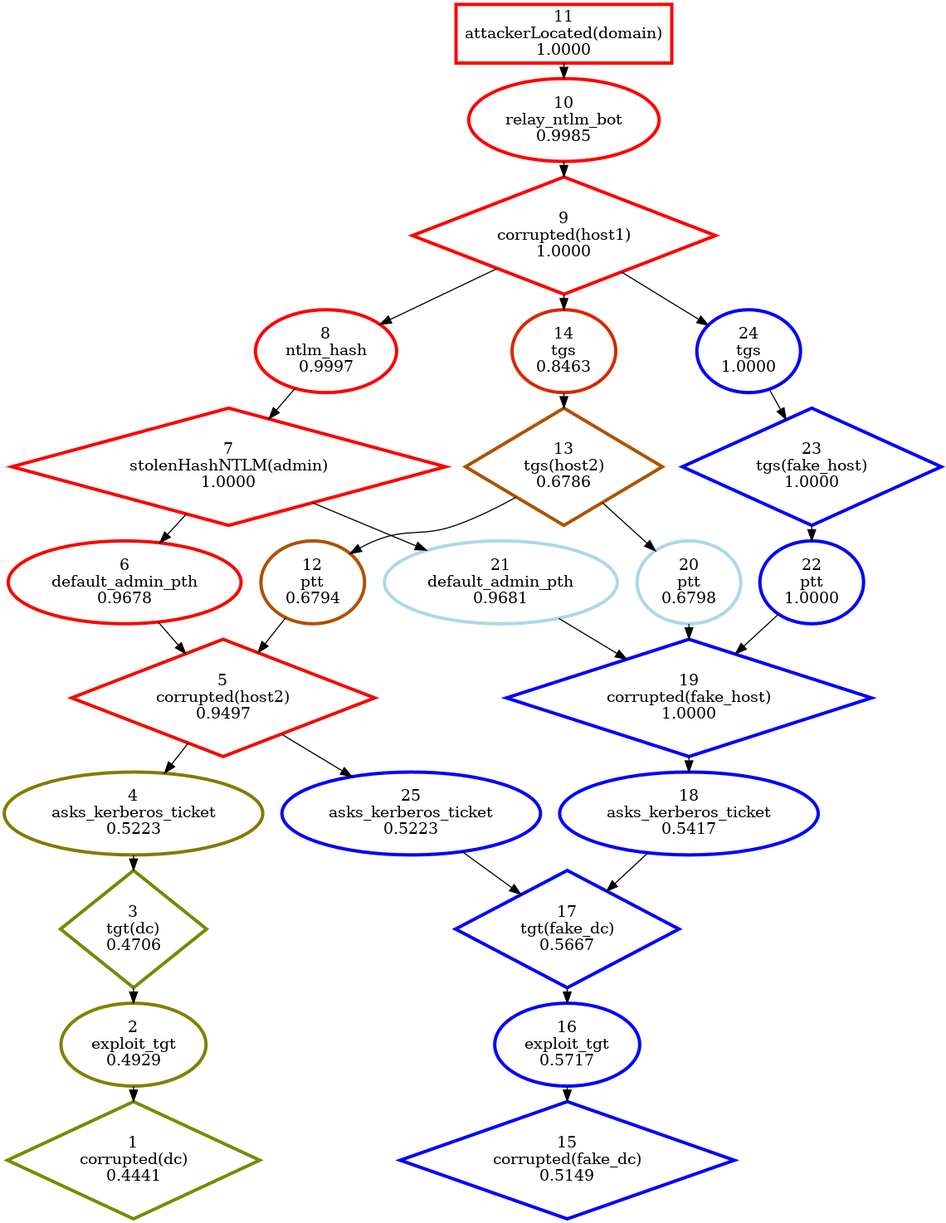
NathanaeldeLaChesnais/attacker_profiling_for_BAG_with_honeypots keeps this Graphviz diagram as Personnal_simulations/output_HighLevel/strongly_connected_components/classic_9_7_19_23_22_24.png. Above is the earlier version. Its source is kept beside it as Personnal_simulations/output_HighLevel/strongly_connected_components/classic_9_7_19_23_22_24.dot. Source of this version:
```dot
digraph G {
ranksep=0.2;
  "1" [label="1\ncorrupted(dc)\n0.4441", color="#718E00", penwidth=3, shape="diamond"];
  "2" [label="2\nexploit_tgt\n0.4929", color="#7D8200", penwidth=3, shape="ellipse"];
  "3" [label="3\ntgt(dc)\n0.4706", color="#778800", penwidth=3, shape="diamond"];
  "4" [label="4\nasks_kerberos_ticket\n0.5223", color="#857A00", penwidth=3, shape="ellipse"];
  "5" [label="5\ncorrupted(host2)\n0.9497", color="#F20D00", penwidth=3, shape="diamond"];
  "6" [label="6\ndefault_admin_pth\n0.9678", color="#F60900", penwidth=3, shape="ellipse"];
  "7" [label="7\nstolenHashNTLM(admin)\n1.0000", color="#FF0000", penwidth=3, shape="diamond"];
  "8" [label="8\nntlm_hash\n0.9997", color="#FE0100", penwidth=3, shape="ellipse"];
  "9" [label="9\ncorrupted(host1)\n1.0000", color="#FF0000", penwidth=3, shape="diamond"];
  "10" [label="10\nrelay_ntlm_bot\n0.9985", color="#FE0100", penwidth=3, shape="ellipse"];
  "11" [label="11\nattackerLocated(domain)\n1.0000", color="#FE0100", penwidth=3, shape="box"];
  "12" [label="12\nptt\n0.6794", color="#AD5200", penwidth=3, shape="ellipse"];
  "13" [label="13\ntgs(host2)\n0.6786", color="#AD5200", penwidth=3, shape="diamond"];
  "14" [label="14\ntgs\n0.8463", color="#D72800", penwidth=3, shape="ellipse"];
  "15" [label="15\ncorrupted(fake_dc)\n0.5149", color="blue", penwidth=3, shape="diamond"];
  "16" [label="16\nexploit_tgt\n0.5717", color="blue", penwidth=3, shape="ellipse"];
  "17" [label="17\ntgt(fake_dc)\n0.5667", color="blue", penwidth=3, shape="diamond"];
  "18" [label="18\nasks_kerberos_ticket\n0.5417", color="blue", penwidth=3, shape="ellipse"];
  "19" [label="19\ncorrupted(fake_host)\n1.0000", color="blue", penwidth=3, shape="diamond"];
  "20" [label="20\nptt\n0.6798", color="lightblue", penwidth=3, shape="ellipse"];
  "21" [label="21\ndefault_admin_pth\n0.9681", color="lightblue", penwidth=3, shape="ellipse"];
  "22" [label="22\nptt\n1.0000", color="blue", penwidth=3, shape="ellipse"];
  "23" [label="23\ntgs(fake_host)\n1.0000", color="blue", penwidth=3, shape="diamond"];
  "24" [label="24\ntgs\n1.0000", color="blue", penwidth=3, shape="ellipse"];
  "25" [label="25\nasks_kerberos_ticket\n0.5223", color="blue", penwidth=3, shape="ellipse"];
  "11" -> "10";
  "10" -> "9";
  "9" -> "8";
  "9" -> "14";
  "9" -> "24";
  "8" -> "7";
  "7" -> "6";
  "7" -> "21";
  "6" -> "5";
  "5" -> "4";
  "5" -> "25";
  "14" -> "13";
  "13" -> "12";
  "13" -> "20";
  "12" -> "5";
  "4" -> "3";
  "3" -> "2";
  "2" -> "1";
  "20" -> "19";
  "19" -> "18";
  "21" -> "19";
  "24" -> "23";
  "23" -> "22";
  "22" -> "19";
  "18" -> "17";
  "17" -> "16";
  "25" -> "17";
  "16" -> "15";
}
```
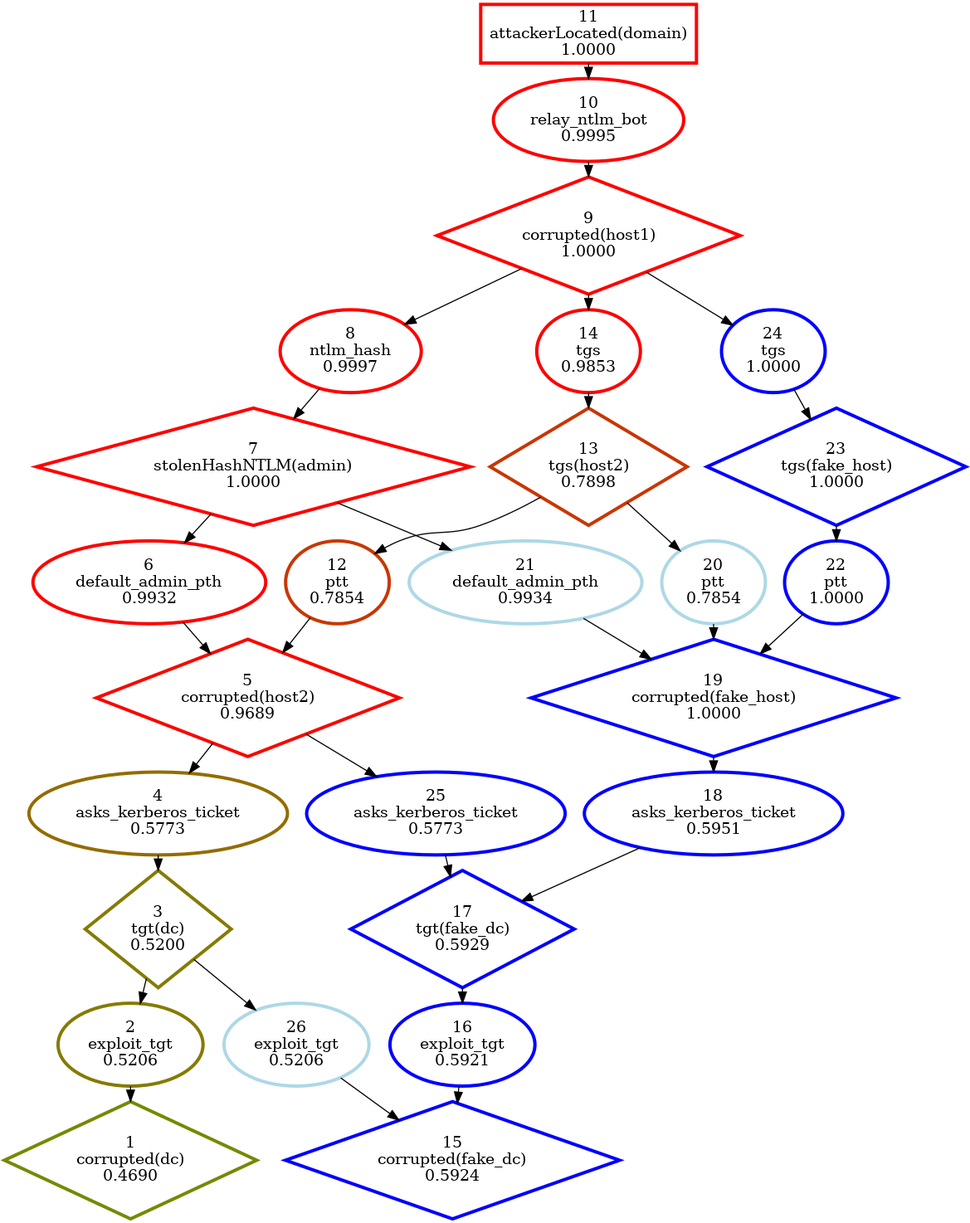
After the change.

What changed in the source:
```diff
@@ -1,30 +1,31 @@
 digraph G {
 ranksep=0.2;
-  "1" [label="1\ncorrupted(dc)\n0.4441", color="#718E00", penwidth=3, shape="diamond"];
-  "2" [label="2\nexploit_tgt\n0.4929", color="#7D8200", penwidth=3, shape="ellipse"];
-  "3" [label="3\ntgt(dc)\n0.4706", color="#778800", penwidth=3, shape="diamond"];
-  "4" [label="4\nasks_kerberos_ticket\n0.5223", color="#857A00", penwidth=3, shape="ellipse"];
-  "5" [label="5\ncorrupted(host2)\n0.9497", color="#F20D00", penwidth=3, shape="diamond"];
-  "6" [label="6\ndefault_admin_pth\n0.9678", color="#F60900", penwidth=3, shape="ellipse"];
+  "1" [label="1\ncorrupted(dc)\n0.4690", color="#778800", penwidth=3, shape="diamond"];
+  "2" [label="2\nexploit_tgt\n0.5206", color="#847B00", penwidth=3, shape="ellipse"];
+  "3" [label="3\ntgt(dc)\n0.5200", color="#847B00", penwidth=3, shape="diamond"];
+  "4" [label="4\nasks_kerberos_ticket\n0.5773", color="#936C00", penwidth=3, shape="ellipse"];
+  "5" [label="5\ncorrupted(host2)\n0.9689", color="#F70800", penwidth=3, shape="diamond"];
+  "6" [label="6\ndefault_admin_pth\n0.9932", color="#FD0200", penwidth=3, shape="ellipse"];
   "7" [label="7\nstolenHashNTLM(admin)\n1.0000", color="#FF0000", penwidth=3, shape="diamond"];
   "8" [label="8\nntlm_hash\n0.9997", color="#FE0100", penwidth=3, shape="ellipse"];
   "9" [label="9\ncorrupted(host1)\n1.0000", color="#FF0000", penwidth=3, shape="diamond"];
-  "10" [label="10\nrelay_ntlm_bot\n0.9985", color="#FE0100", penwidth=3, shape="ellipse"];
+  "10" [label="10\nrelay_ntlm_bot\n0.9995", color="#FE0100", penwidth=3, shape="ellipse"];
   "11" [label="11\nattackerLocated(domain)\n1.0000", color="#FE0100", penwidth=3, shape="box"];
-  "12" [label="12\nptt\n0.6794", color="#AD5200", penwidth=3, shape="ellipse"];
-  "13" [label="13\ntgs(host2)\n0.6786", color="#AD5200", penwidth=3, shape="diamond"];
-  "14" [label="14\ntgs\n0.8463", color="#D72800", penwidth=3, shape="ellipse"];
-  "15" [label="15\ncorrupted(fake_dc)\n0.5149", color="blue", penwidth=3, shape="diamond"];
-  "16" [label="16\nexploit_tgt\n0.5717", color="blue", penwidth=3, shape="ellipse"];
-  "17" [label="17\ntgt(fake_dc)\n0.5667", color="blue", penwidth=3, shape="diamond"];
-  "18" [label="18\nasks_kerberos_ticket\n0.5417", color="blue", penwidth=3, shape="ellipse"];
+  "12" [label="12\nptt\n0.7854", color="#C83700", penwidth=3, shape="ellipse"];
+  "13" [label="13\ntgs(host2)\n0.7898", color="#C93600", penwidth=3, shape="diamond"];
+  "14" [label="14\ntgs\n0.9853", color="#FB0400", penwidth=3, shape="ellipse"];
+  "15" [label="15\ncorrupted(fake_dc)\n0.5924", color="blue", penwidth=3, shape="diamond"];
+  "16" [label="16\nexploit_tgt\n0.5921", color="blue", penwidth=3, shape="ellipse"];
+  "17" [label="17\ntgt(fake_dc)\n0.5929", color="blue", penwidth=3, shape="diamond"];
+  "18" [label="18\nasks_kerberos_ticket\n0.5951", color="blue", penwidth=3, shape="ellipse"];
   "19" [label="19\ncorrupted(fake_host)\n1.0000", color="blue", penwidth=3, shape="diamond"];
-  "20" [label="20\nptt\n0.6798", color="lightblue", penwidth=3, shape="ellipse"];
-  "21" [label="21\ndefault_admin_pth\n0.9681", color="lightblue", penwidth=3, shape="ellipse"];
+  "20" [label="20\nptt\n0.7854", color="lightblue", penwidth=3, shape="ellipse"];
+  "21" [label="21\ndefault_admin_pth\n0.9934", color="lightblue", penwidth=3, shape="ellipse"];
   "22" [label="22\nptt\n1.0000", color="blue", penwidth=3, shape="ellipse"];
   "23" [label="23\ntgs(fake_host)\n1.0000", color="blue", penwidth=3, shape="diamond"];
   "24" [label="24\ntgs\n1.0000", color="blue", penwidth=3, shape="ellipse"];
-  "25" [label="25\nasks_kerberos_ticket\n0.5223", color="blue", penwidth=3, shape="ellipse"];
+  "25" [label="25\nasks_kerberos_ticket\n0.5773", color="blue", penwidth=3, shape="ellipse"];
+  "26" [label="26\nexploit_tgt\n0.5206", color="lightblue", penwidth=3, shape="ellipse"];
   "11" -> "10";
   "10" -> "9";
   "9" -> "8";
@@ -42,6 +43,7 @@
   "12" -> "5";
   "4" -> "3";
   "3" -> "2";
+  "3" -> "26";
   "2" -> "1";
   "20" -> "19";
   "19" -> "18";
@@ -53,4 +55,5 @@
   "17" -> "16";
   "25" -> "17";
   "16" -> "15";
+  "26" -> "15";
 }
```
